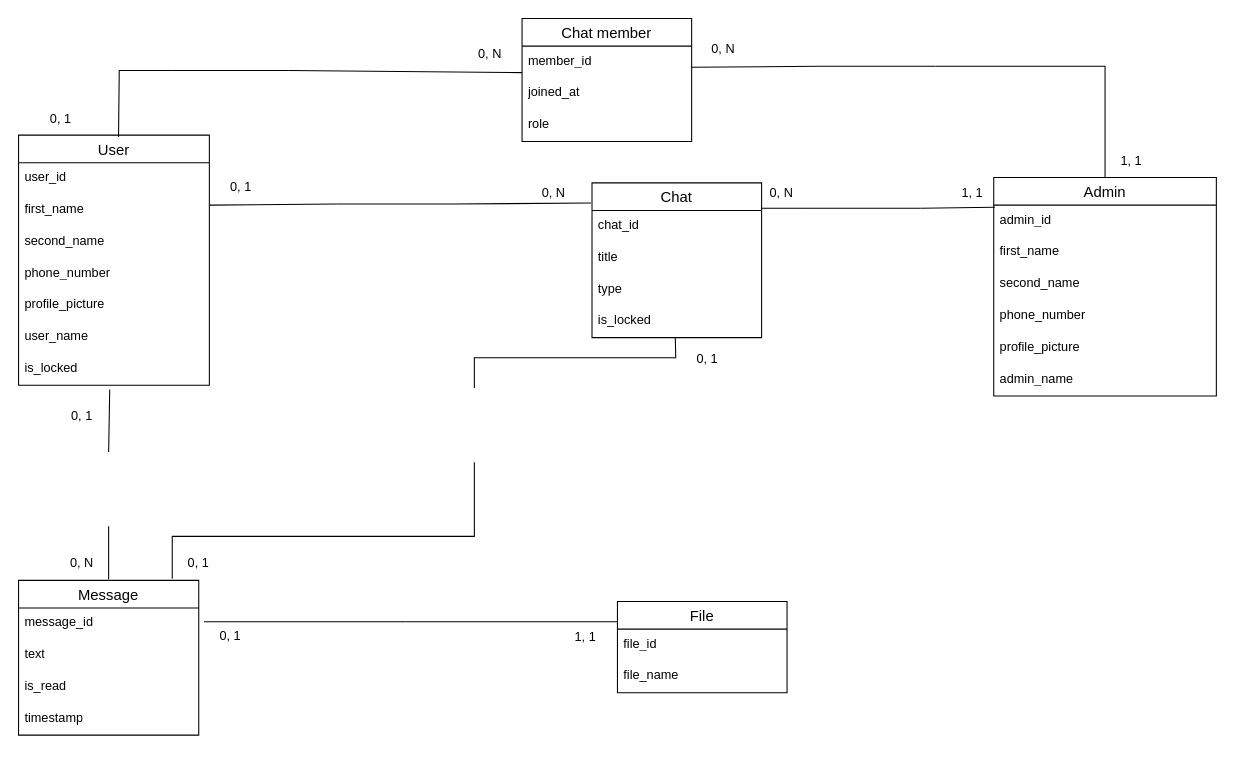
This is ЛМ.drawio from marsek4/database, a draw.io file, before an edit. Source tidied: cells renumbered, new cells numbered last; positions are measured from the earlier drawing's top-left corner, leaving out a move shared by most shapes. Both pictures are drawn from the tidied source at 106%, with x=0, y=0 at pixel (18, 18).
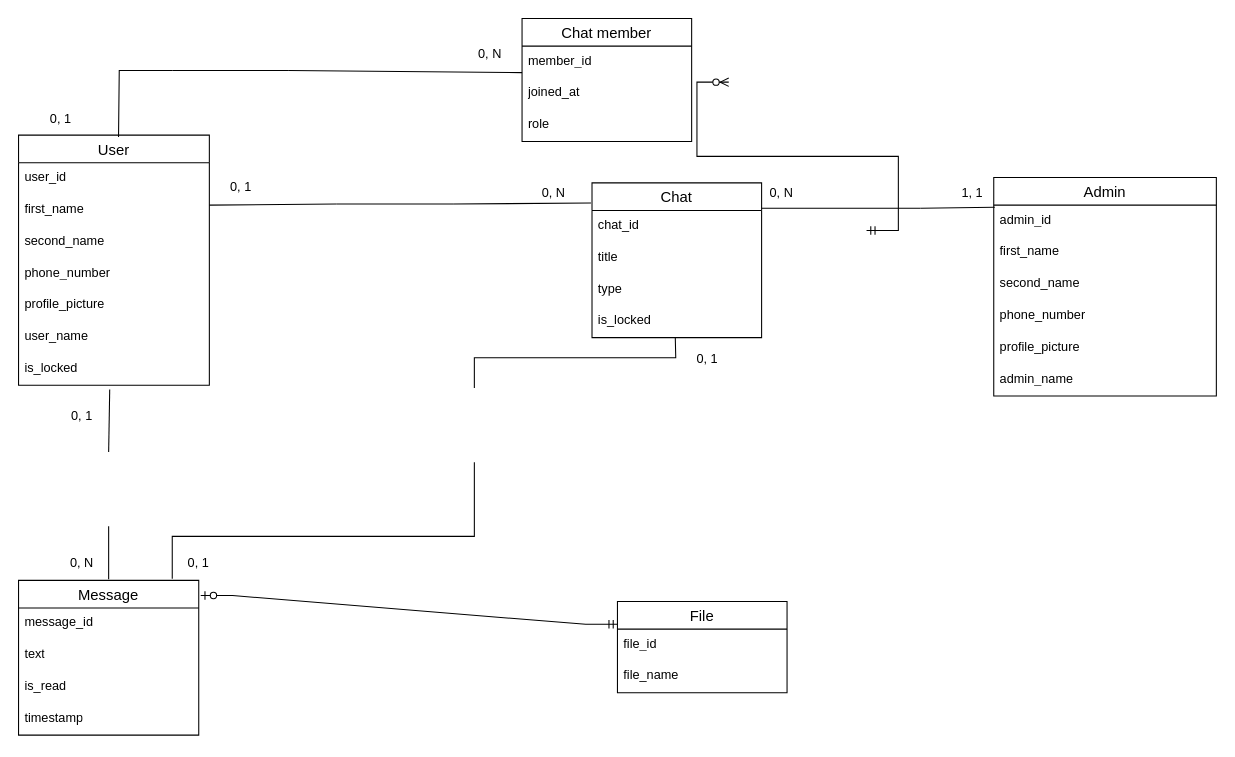
The same page after the edit.

Unchanged cells that the change refers to:
```xml
<mxCell id="19" value="Message" style="swimlane;fontStyle=0;horizontal=1;startSize=26;align=center;fontSize=14;" parent="1" vertex="1">
  <mxGeometry y="530" width="170" height="146" as="geometry" />
</mxCell>
<mxCell id="24" value="File" style="swimlane;fontStyle=0;horizontal=1;startSize=26;align=center;fontSize=14;" parent="1" vertex="1">
  <mxGeometry x="565" y="550" width="160" height="86" as="geometry" />
</mxCell>
<mxCell id="27" value="Admin" style="swimlane;fontStyle=0;horizontal=1;startSize=26;align=center;fontSize=14;" parent="1" vertex="1">
  <mxGeometry x="920" y="150" width="210" height="206" as="geometry" />
</mxCell>
```

What changed in the source:
```diff
@@
-    <mxCell id="34" style="endArrow=none;html=1;rounded=0;exitX=0;exitY=0.5;exitDx=0;exitDy=0;entryX=1;entryY=0.5;entryDx=0;entryDy=0;" parent="1" edge="1">
-      <mxGeometry relative="1" as="geometry">
-        <mxPoint x="365" y="569" as="sourcePoint" />
-        <mxPoint x="475" y="569" as="targetPoint" />
-      </mxGeometry>
-    </mxCell>
-    <mxCell id="35" style="endArrow=none;html=1;rounded=0;entryX=0;entryY=0.5;entryDx=0;entryDy=0;exitX=1;exitY=0.25;exitDx=0;exitDy=0;" parent="1" edge="1">
-      <mxGeometry relative="1" as="geometry">
-        <mxPoint x="175" y="569" as="sourcePoint" />
-        <mxPoint x="365" y="569" as="targetPoint" />
-      </mxGeometry>
-    </mxCell>
-    <mxCell id="36" style="endArrow=none;html=1;rounded=0;entryX=0;entryY=0.25;entryDx=0;entryDy=0;exitX=1;exitY=0.5;exitDx=0;exitDy=0;" parent="1" edge="1">
-      <mxGeometry relative="1" as="geometry">
-        <mxPoint x="475" y="569" as="sourcePoint" />
-        <mxPoint x="565" y="569" as="targetPoint" />
-      </mxGeometry>
-    </mxCell>
-    <mxCell id="37" value="0, 1" style="text;html=1;align=center;verticalAlign=middle;whiteSpace=wrap;rounded=0;" parent="1" vertex="1">
-      <mxGeometry x="170" y="568" width="60" height="30" as="geometry" />
-    </mxCell>
-    <mxCell id="38" value="1, 1" style="text;html=1;align=center;verticalAlign=middle;whiteSpace=wrap;rounded=0;" parent="1" vertex="1">
-      <mxGeometry x="505" y="569" width="60" height="30" as="geometry" />
-    </mxCell>
@@
-    <mxCell id="61" style="endArrow=none;html=1;rounded=0;entryX=0.5;entryY=0;entryDx=0;entryDy=0;exitX=1;exitY=0.5;exitDx=0;exitDy=0;" parent="1" edge="1" target="27">
-      <mxGeometry relative="1" as="geometry">
-        <mxPoint x="865" y="45" as="sourcePoint" />
-        <Array as="points">
-          <mxPoint x="1025" y="45" />
-        </Array>
-      </mxGeometry>
-    </mxCell>
-    <mxCell id="62" style="endArrow=none;html=1;rounded=0;exitX=0;exitY=0.5;exitDx=0;exitDy=0;entryX=1;entryY=0.5;entryDx=0;entryDy=0;" parent="1" edge="1">
-      <mxGeometry relative="1" as="geometry">
-        <mxPoint x="755" y="45" as="sourcePoint" />
-        <mxPoint x="865" y="45" as="targetPoint" />
-      </mxGeometry>
-    </mxCell>
-    <mxCell id="63" style="endArrow=none;html=1;rounded=0;entryX=0;entryY=0.5;entryDx=0;entryDy=0;exitX=1;exitY=0.068;exitDx=0;exitDy=0;exitPerimeter=0;" parent="1" edge="1">
-      <mxGeometry relative="1" as="geometry">
-        <mxPoint x="635" y="46" as="sourcePoint" />
-        <mxPoint x="755" y="45" as="targetPoint" />
-      </mxGeometry>
-    </mxCell>
-    <mxCell id="64" value="0, N" style="text;html=1;align=center;verticalAlign=middle;whiteSpace=wrap;rounded=0;" parent="1" vertex="1">
-      <mxGeometry x="635" y="14" width="60" height="30" as="geometry" />
-    </mxCell>
-    <mxCell id="65" value="1, 1" style="text;html=1;align=center;verticalAlign=middle;whiteSpace=wrap;rounded=0;" parent="1" vertex="1">
-      <mxGeometry x="1020" y="120" width="60" height="30" as="geometry" />
-    </mxCell>
@@
+    <mxCell id="67" style="edgeStyle=entityRelationEdgeStyle;fontSize=12;html=1;endArrow=ERzeroToOne;startArrow=ERmandOne;rounded=0;entryX=1.011;entryY=0.098;entryDx=0;entryDy=0;entryPerimeter=0;exitX=0;exitY=0.25;exitDx=0;exitDy=0;" parent="1" edge="1" source="24" target="19">
+      <mxGeometry relative="1" as="geometry" />
+    </mxCell>
+    <mxCell id="68" style="edgeStyle=entityRelationEdgeStyle;fontSize=12;html=1;endArrow=ERzeroToMany;startArrow=ERmandOne;rounded=0;" parent="1" edge="1">
+      <mxGeometry relative="1" as="geometry">
+        <mxPoint x="800" y="200" as="sourcePoint" />
+        <mxPoint x="670" y="60" as="targetPoint" />
+      </mxGeometry>
+    </mxCell>
```
